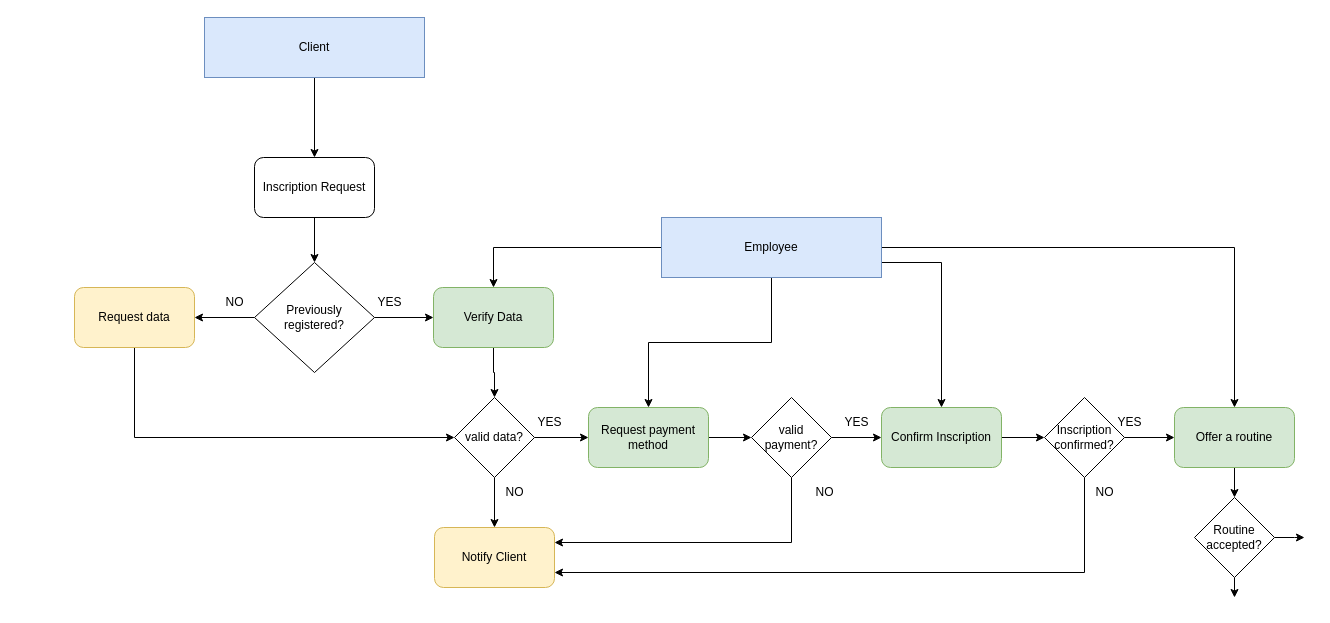
Earlier version of the draw.io diagram docs/diagrams/Activity_diagram.drawio (PaniaguaSanty/FitTest). Source tidied: cells renumbered, new cells numbered last; positions are measured from the earlier drawing's top-left corner, leaving out a move shared by most shapes. Both pictures are drawn from the tidied source at 100%, with x=0, y=0 at pixel (74, 17).
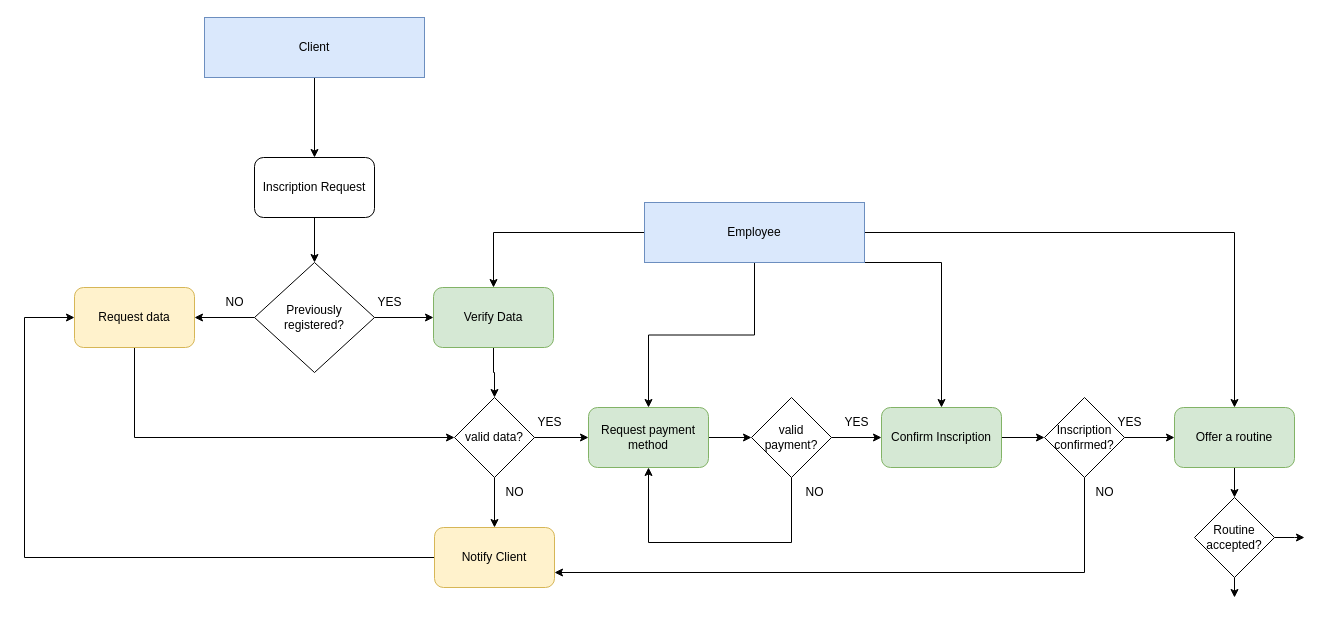
The same diagram, later.

Unchanged cells that the change refers to:
```xml
<mxCell id="17" value="Request payment method" style="rounded=1;whiteSpace=wrap;html=1;fillColor=#d5e8d4;strokeColor=#82b366;" parent="1" vertex="1">
  <mxGeometry x="514" y="390" width="120" height="60" as="geometry" />
</mxCell>
<mxCell id="20" value="Notify Client" style="rounded=1;whiteSpace=wrap;html=1;fillColor=#fff2cc;strokeColor=#d6b656;" parent="1" vertex="1">
  <mxGeometry x="360" y="510" width="120" height="60" as="geometry" />
</mxCell>
<mxCell id="23" value="valid&lt;br&gt;payment?" style="rhombus;whiteSpace=wrap;html=1;" parent="1" vertex="1">
  <mxGeometry x="677" y="380" width="80" height="80" as="geometry" />
</mxCell>
<mxCell id="29" value="Request data" style="rounded=1;whiteSpace=wrap;html=1;fillColor=#fff2cc;strokeColor=#d6b656;" parent="1" vertex="1">
  <mxGeometry y="270" width="120" height="60" as="geometry" />
</mxCell>
```

Change to the diagram source:
```diff
@@
+    <mxCell id="45" style="edgeStyle=orthogonalEdgeStyle;rounded=0;jettySize=auto;html=1;entryX=0;entryY=0.5;entryDx=0;entryDy=0;" parent="1" edge="1" source="20" target="29">
+      <mxGeometry relative="1" as="geometry">
+        <Array as="points">
+          <mxPoint x="-50" y="540" />
+          <mxPoint x="-50" y="300" />
+        </Array>
+      </mxGeometry>
+    </mxCell>
@@
-    <mxCell id="22" style="edgeStyle=orthogonalEdgeStyle;rounded=0;jettySize=auto;html=1;entryX=1;entryY=0.25;entryDx=0;entryDy=0;exitX=0.5;exitY=1;exitDx=0;exitDy=0;" parent="1" edge="1" source="23" target="20">
+    <mxCell id="22" style="edgeStyle=orthogonalEdgeStyle;rounded=0;jettySize=auto;html=1;entryX=0.5;entryY=1;entryDx=0;entryDy=0;exitX=0.5;exitY=1;exitDx=0;exitDy=0;" parent="1" edge="1" source="23" target="17">
       <mxGeometry relative="1" as="geometry">
         <Array as="points">
           <mxPoint x="717" y="525" />
+          <mxPoint x="574" y="525" />
         </Array>
       </mxGeometry>
     </mxCell>
@@
     <mxCell id="25" value="NO" style="text;html=1;align=center;verticalAlign=middle;strokeColor=none;fillColor=none;" parent="1" vertex="1">
-      <mxGeometry x="730" y="460" width="40" height="30" as="geometry" />
+      <mxGeometry x="720" y="460" width="40" height="30" as="geometry" />
     </mxCell>
@@
     <mxCell id="41" value="Employee" style="rounded=0;whiteSpace=wrap;html=1;fillColor=#dae8fc;strokeColor=#6c8ebf;" parent="1" vertex="1">
-      <mxGeometry x="587" y="200" width="220" height="60" as="geometry" />
+      <mxGeometry x="570" y="185" width="220" height="60" as="geometry" />
     </mxCell>
```
